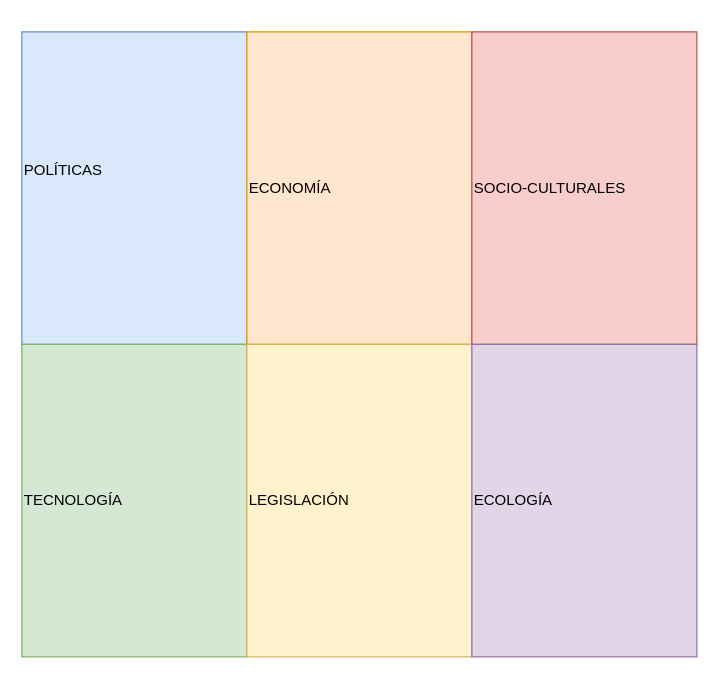
The draw.io diagram Proyecto PreProfesional.drawio in HoliSoyTamo/Diagramas, before the edit. Source tidied: cells renumbered, new cells numbered last; positions are measured from the earlier drawing's top-left corner, leaving out a move shared by most shapes. Both pictures are drawn from the tidied source at 125%, with x=0, y=0 at pixel (21, 31).
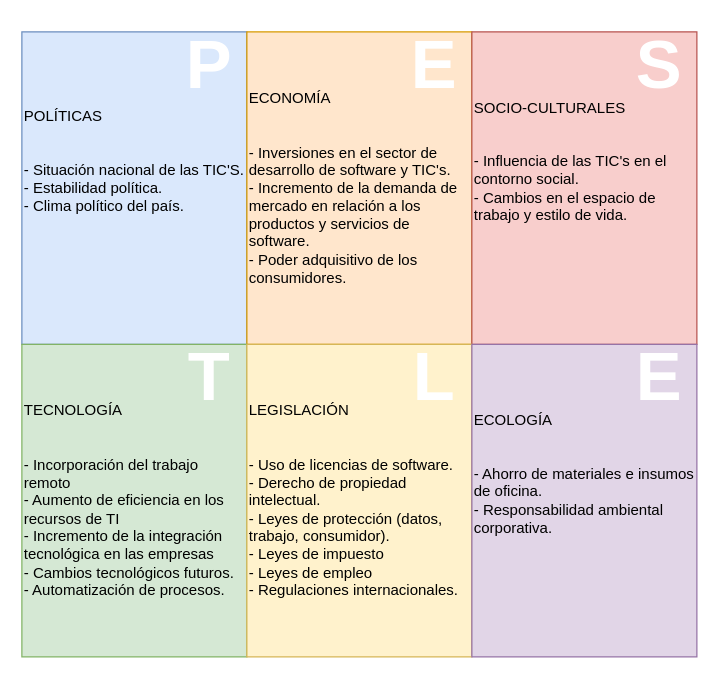
After the change.

The edit, as a diff of the source:
```diff
@@
 <mxGraphModel>
   <root>
     <mxCell id="0" />
     <mxCell id="1" parent="0" />
-    <mxCell id="2" value="POLÍTICAS&lt;br&gt;&lt;br&gt;&lt;br&gt;" style="rounded=0;whiteSpace=wrap;html=1;fillColor=#dae8fc;strokeColor=#6c8ebf;align=left;" parent="1" vertex="1">
+    <mxCell id="2" value="POLÍTICAS&lt;br&gt;&lt;br&gt;&lt;br&gt;- Situación nacional de las TIC'S.&lt;br&gt;- Estabilidad política.&lt;br&gt;- Clima político del país.&lt;br&gt;&lt;br&gt;&lt;br&gt;&lt;br&gt;" style="rounded=0;whiteSpace=wrap;html=1;fillColor=#dae8fc;strokeColor=#6c8ebf;align=left;" parent="1" vertex="1">
       <mxGeometry width="180" height="250" as="geometry" />
     </mxCell>
-    <mxCell id="3" value="ECONOMÍA" style="rounded=0;whiteSpace=wrap;html=1;fillColor=#ffe6cc;strokeColor=#d79b00;align=left;" parent="1" vertex="1">
+    <mxCell id="3" value="ECONOMÍA&lt;br&gt;&lt;br&gt;&lt;br&gt;- Inversiones en el sector de desarrollo de software y TIC's.&lt;br&gt;- Incremento de la demanda de mercado en relación a los productos y servicios de software.&lt;br&gt;- Poder adquisitivo de los consumidores." style="rounded=0;whiteSpace=wrap;html=1;fillColor=#ffe6cc;strokeColor=#d79b00;align=left;" parent="1" vertex="1">
       <mxGeometry x="180" width="180" height="250" as="geometry" />
     </mxCell>
-    <mxCell id="4" value="SOCIO-CULTURALES" style="rounded=0;whiteSpace=wrap;html=1;fillColor=#f8cecc;strokeColor=#b85450;align=left;" parent="1" vertex="1">
+    <mxCell id="4" value="SOCIO-CULTURALES&lt;br&gt;&lt;br&gt;&lt;br&gt;- Influencia de las TIC's en el contorno social.&lt;br&gt;- Cambios en el espacio de trabajo y estilo de vida.&lt;br&gt;&lt;br&gt;&lt;br&gt;&lt;br&gt;" style="rounded=0;whiteSpace=wrap;html=1;fillColor=#f8cecc;strokeColor=#b85450;align=left;" parent="1" vertex="1">
       <mxGeometry x="360" width="180" height="250" as="geometry" />
     </mxCell>
-    <mxCell id="5" value="TECNOLOGÍA" style="rounded=0;whiteSpace=wrap;html=1;fillColor=#d5e8d4;strokeColor=#82b366;align=left;" parent="1" vertex="1">
+    <mxCell id="5" value="TECNOLOGÍA&lt;br&gt;&lt;br&gt;&lt;br&gt;- Incorporación del trabajo remoto&lt;br&gt;- Aumento de eficiencia en los recursos de TI&lt;br&gt;- Incremento de la integración tecnológica en las empresas&lt;br&gt;- Cambios tecnológicos futuros.&lt;br&gt;- Automatización de procesos." style="rounded=0;whiteSpace=wrap;html=1;fillColor=#d5e8d4;strokeColor=#82b366;align=left;" parent="1" vertex="1">
       <mxGeometry y="250" width="180" height="250" as="geometry" />
     </mxCell>
-    <mxCell id="6" value="LEGISLACIÓN" style="rounded=0;whiteSpace=wrap;html=1;fillColor=#fff2cc;strokeColor=#d6b656;align=left;" parent="1" vertex="1">
+    <mxCell id="6" value="LEGISLACIÓN&lt;br&gt;&lt;br&gt;&lt;br&gt;- Uso de licencias de software.&lt;br&gt;- Derecho de propiedad intelectual.&lt;br&gt;- Leyes de protección (datos, trabajo, consumidor).&lt;br&gt;- Leyes de impuesto&lt;br&gt;- Leyes de empleo&lt;br&gt;- Regulaciones internacionales." style="rounded=0;whiteSpace=wrap;html=1;fillColor=#fff2cc;strokeColor=#d6b656;align=left;" parent="1" vertex="1">
       <mxGeometry x="180" y="250" width="180" height="250" as="geometry" />
     </mxCell>
-    <mxCell id="7" value="ECOLOGÍA" style="rounded=0;whiteSpace=wrap;html=1;fillColor=#e1d5e7;strokeColor=#9673a6;align=left;" parent="1" vertex="1">
+    <mxCell id="7" value="ECOLOGÍA&lt;br&gt;&lt;br&gt;&lt;br&gt;- Ahorro de materiales e insumos de oficina.&lt;br&gt;- Responsabilidad ambiental corporativa.&lt;br&gt;&lt;br&gt;&lt;br&gt;&lt;br&gt;" style="rounded=0;whiteSpace=wrap;html=1;fillColor=#e1d5e7;strokeColor=#9673a6;align=left;" parent="1" vertex="1">
       <mxGeometry x="360" y="250" width="180" height="250" as="geometry" />
     </mxCell>
+    <mxCell id="8" value="&lt;font size=&quot;1&quot; color=&quot;#ffffff&quot;&gt;&lt;b style=&quot;font-size: 55px;&quot;&gt;P&lt;/b&gt;&lt;/font&gt;" style="text;html=1;strokeColor=none;fillColor=none;align=center;verticalAlign=middle;whiteSpace=wrap;rounded=0;strokeWidth=4;" parent="1" vertex="1">
+      <mxGeometry x="120" width="60" height="50" as="geometry" />
+    </mxCell>
+    <mxCell id="9" value="&lt;font size=&quot;1&quot; color=&quot;#ffffff&quot;&gt;&lt;b style=&quot;font-size: 55px;&quot;&gt;E&lt;/b&gt;&lt;/font&gt;" style="text;html=1;strokeColor=none;fillColor=none;align=center;verticalAlign=middle;whiteSpace=wrap;rounded=0;strokeWidth=4;" parent="1" vertex="1">
+      <mxGeometry x="300" width="60" height="50" as="geometry" />
+    </mxCell>
+    <mxCell id="10" value="&lt;font size=&quot;1&quot; color=&quot;#ffffff&quot;&gt;&lt;b style=&quot;font-size: 55px;&quot;&gt;S&lt;/b&gt;&lt;/font&gt;" style="text;html=1;strokeColor=none;fillColor=none;align=center;verticalAlign=middle;whiteSpace=wrap;rounded=0;strokeWidth=4;" parent="1" vertex="1">
+      <mxGeometry x="480" width="60" height="50" as="geometry" />
+    </mxCell>
+    <mxCell id="11" value="&lt;font size=&quot;1&quot; color=&quot;#ffffff&quot;&gt;&lt;b style=&quot;font-size: 55px;&quot;&gt;T&lt;/b&gt;&lt;/font&gt;" style="text;html=1;strokeColor=none;fillColor=none;align=center;verticalAlign=middle;whiteSpace=wrap;rounded=0;strokeWidth=4;" parent="1" vertex="1">
+      <mxGeometry x="120" y="250" width="60" height="50" as="geometry" />
+    </mxCell>
+    <mxCell id="12" value="&lt;font size=&quot;1&quot; color=&quot;#ffffff&quot;&gt;&lt;b style=&quot;font-size: 55px;&quot;&gt;L&lt;/b&gt;&lt;/font&gt;" style="text;html=1;strokeColor=none;fillColor=none;align=center;verticalAlign=middle;whiteSpace=wrap;rounded=0;strokeWidth=4;" parent="1" vertex="1">
+      <mxGeometry x="300" y="250" width="60" height="50" as="geometry" />
+    </mxCell>
+    <mxCell id="13" value="&lt;font size=&quot;1&quot; color=&quot;#ffffff&quot;&gt;&lt;b style=&quot;font-size: 55px;&quot;&gt;E&lt;/b&gt;&lt;/font&gt;" style="text;html=1;strokeColor=none;fillColor=none;align=center;verticalAlign=middle;whiteSpace=wrap;rounded=0;strokeWidth=4;" parent="1" vertex="1">
+      <mxGeometry x="480" y="250" width="60" height="50" as="geometry" />
+    </mxCell>
   </root>
 </mxGraphModel>
```
